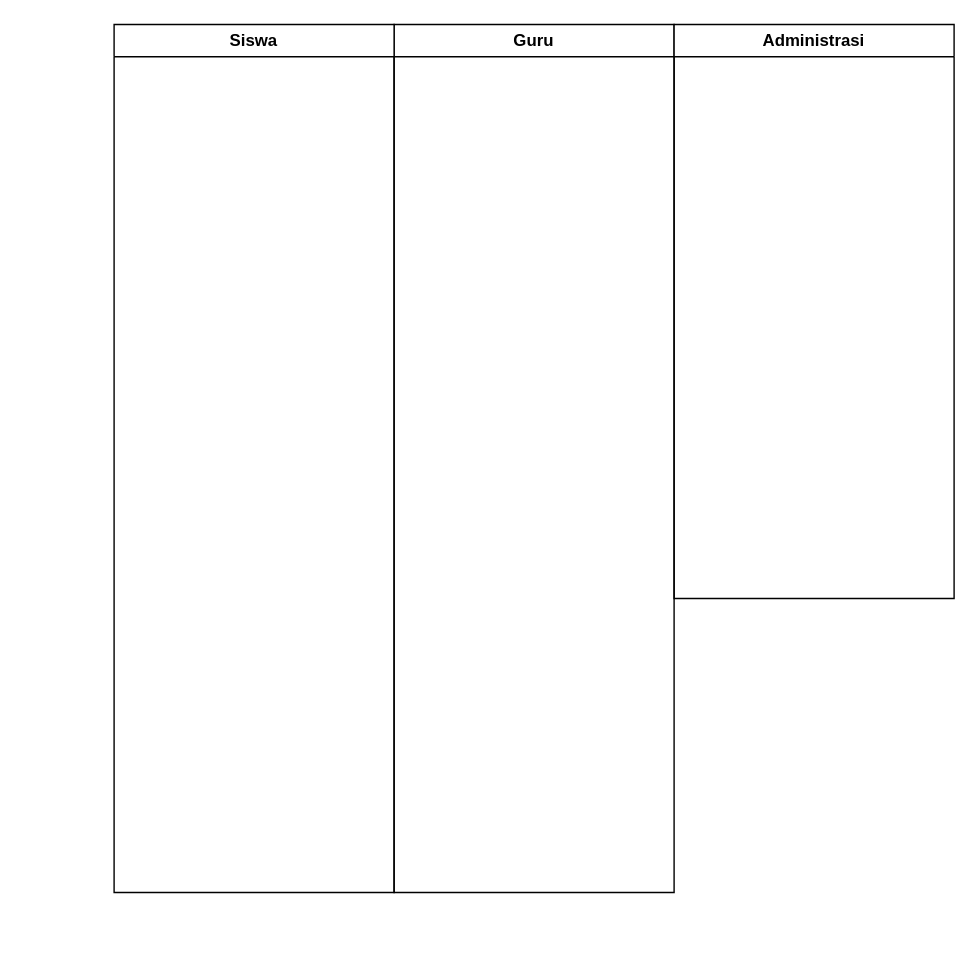
Earlier version of the draw.io diagram FlowmapBerjalanAbsensi.drawio (Sacrit38/CPP-Ponggame). Source tidied: cells renumbered, new cells numbered last; positions are measured from the earlier drawing's top-left corner, leaving out a move shared by most shapes. Both pictures are drawn from the tidied source at 140%, with x=0, y=0 at pixel (113, 24).
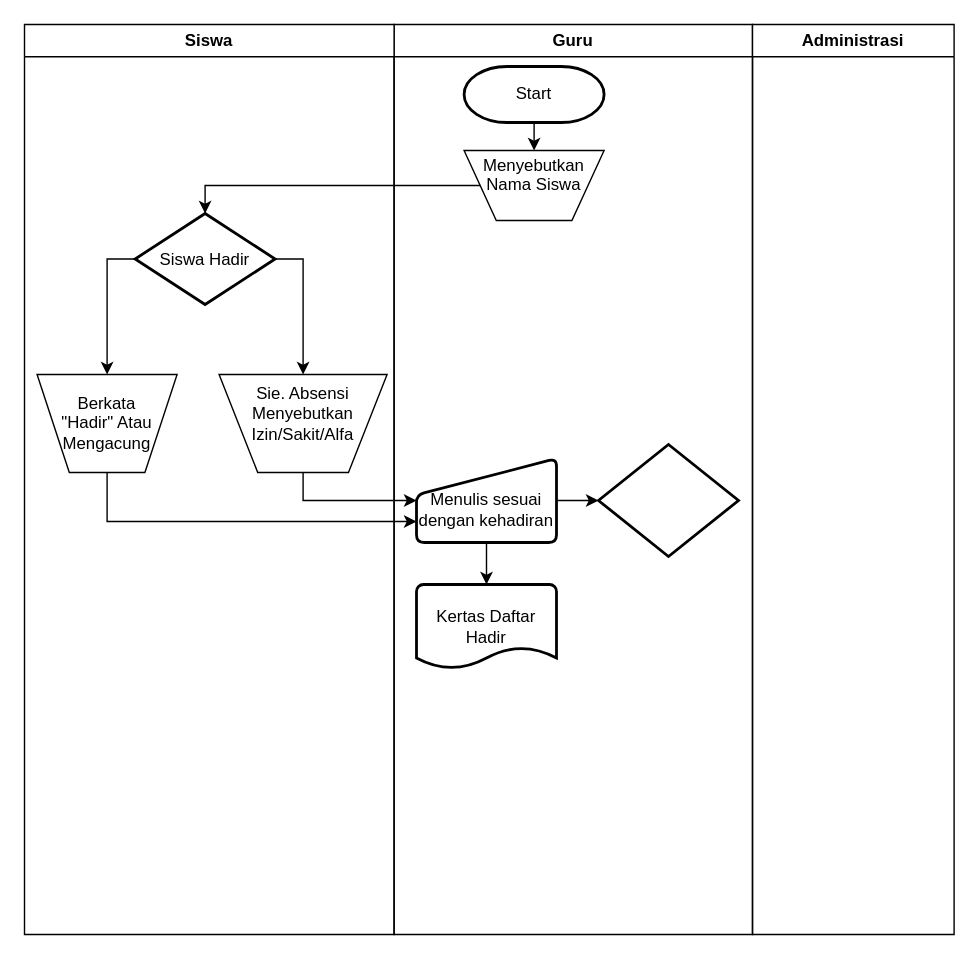
The same page after the edit.

Change to the diagram source:
```diff
@@
     <mxCell id="3" value="Guru" style="swimlane;whiteSpace=wrap;html=1;" parent="1" vertex="1">
-      <mxGeometry x="200" width="200" height="620" as="geometry" />
+      <mxGeometry x="200" width="256" height="650" as="geometry" />
     </mxCell>
+    <mxCell id="6" style="edgeStyle=orthogonalEdgeStyle;rounded=0;jettySize=auto;html=1;exitX=0.5;exitY=1;exitDx=0;exitDy=0;exitPerimeter=0;entryX=0.5;entryY=0;entryDx=0;entryDy=0;" parent="3" edge="1" source="7" target="8">
+      <mxGeometry relative="1" as="geometry" />
+    </mxCell>
+    <mxCell id="7" value="Start" style="strokeWidth=2;html=1;shape=mxgraph.flowchart.terminator;whiteSpace=wrap;" parent="3" vertex="1">
+      <mxGeometry x="50" y="30" width="100" height="40" as="geometry" />
+    </mxCell>
+    <mxCell id="8" value="Menyebutkan Nama Siswa&lt;div&gt;&lt;br/&gt;&lt;/div&gt;" style="verticalLabelPosition=middle;verticalAlign=middle;html=1;shape=trapezoid;perimeter=trapezoidPerimeter;whiteSpace=wrap;size=0.23;arcSize=10;flipV=1;labelPosition=center;align=center;" parent="3" vertex="1">
+      <mxGeometry x="50" y="90" width="100" height="50" as="geometry" />
+    </mxCell>
+    <mxCell id="9" value="&lt;br&gt;Menulis sesuai dengan kehadiran" style="html=1;strokeWidth=2;shape=manualInput;whiteSpace=wrap;rounded=1;size=26;arcSize=11;" parent="3" vertex="1">
+      <mxGeometry x="16" y="310" width="100" height="60" as="geometry" />
+    </mxCell>
+    <mxCell id="10" value="Kertas Daftar Hadir" style="strokeWidth=2;html=1;shape=mxgraph.flowchart.document2;whiteSpace=wrap;size=0.25;" parent="3" vertex="1">
+      <mxGeometry x="16" y="400" width="100" height="60" as="geometry" />
+    </mxCell>
+    <mxCell id="11" style="edgeStyle=orthogonalEdgeStyle;rounded=0;jettySize=auto;html=1;entryX=0.5;entryY=0;entryDx=0;entryDy=0;entryPerimeter=0;" parent="3" edge="1" source="9" target="10">
+      <mxGeometry relative="1" as="geometry" />
+    </mxCell>
+    <mxCell id="12" style="strokeWidth=2;html=1;shape=mxgraph.flowchart.decision;whiteSpace=wrap;" parent="3" vertex="1">
+      <mxGeometry x="146" y="300" width="100" height="80" as="geometry" />
+    </mxCell>
+    <mxCell id="13" style="edgeStyle=orthogonalEdgeStyle;rounded=0;jettySize=auto;html=1;exitX=1;exitY=0.5;exitDx=0;exitDy=0;entryX=0;entryY=0.5;entryDx=0;entryDy=0;entryPerimeter=0;" parent="3" edge="1" source="9" target="12">
+      <mxGeometry relative="1" as="geometry" />
+    </mxCell>
     <mxCell id="4" value="Administrasi" style="swimlane;whiteSpace=wrap;html=1;" parent="1" vertex="1">
-      <mxGeometry x="400" width="200" height="410" as="geometry" />
+      <mxGeometry x="456" width="144" height="650" as="geometry" />
     </mxCell>
     <mxCell id="5" value="Siswa" style="swimlane;whiteSpace=wrap;html=1;startSize=23;" parent="1" vertex="1">
-      <mxGeometry width="200" height="620" as="geometry" />
+      <mxGeometry x="-64" width="264" height="650" as="geometry" />
     </mxCell>
+    <mxCell id="14" value="Berkata &lt;br&gt;&quot;Hadir&quot; Atau Mengacung" style="verticalLabelPosition=middle;verticalAlign=middle;html=1;shape=trapezoid;perimeter=trapezoidPerimeter;whiteSpace=wrap;size=0.23;arcSize=10;flipV=1;labelPosition=center;align=center;" parent="5" vertex="1">
+      <mxGeometry x="9" y="250" width="100" height="70" as="geometry" />
+    </mxCell>
+    <mxCell id="15" style="edgeStyle=orthogonalEdgeStyle;rounded=0;jettySize=auto;html=1;exitX=0;exitY=0.5;exitDx=0;exitDy=0;exitPerimeter=0;entryX=0.5;entryY=0;entryDx=0;entryDy=0;" parent="5" edge="1" source="17" target="14">
+      <mxGeometry relative="1" as="geometry" />
+    </mxCell>
+    <mxCell id="16" style="edgeStyle=orthogonalEdgeStyle;rounded=0;jettySize=auto;html=1;exitX=1;exitY=0.5;exitDx=0;exitDy=0;exitPerimeter=0;entryX=0.5;entryY=0;entryDx=0;entryDy=0;" parent="5" edge="1" source="17" target="18">
+      <mxGeometry relative="1" as="geometry" />
+    </mxCell>
+    <mxCell id="17" value="Siswa Hadir" style="strokeWidth=2;html=1;shape=mxgraph.flowchart.decision;whiteSpace=wrap;" parent="5" vertex="1">
+      <mxGeometry x="79" y="135" width="100" height="65" as="geometry" />
+    </mxCell>
+    <mxCell id="18" value="Sie. Absensi Menyebutkan Izin/Sakit/Alfa&lt;div&gt;&lt;br/&gt;&lt;/div&gt;" style="verticalLabelPosition=middle;verticalAlign=middle;html=1;shape=trapezoid;perimeter=trapezoidPerimeter;whiteSpace=wrap;size=0.23;arcSize=10;flipV=1;labelPosition=center;align=center;" parent="5" vertex="1">
+      <mxGeometry x="139" y="250" width="120" height="70" as="geometry" />
+    </mxCell>
+    <mxCell id="19" style="edgeStyle=orthogonalEdgeStyle;rounded=0;jettySize=auto;html=1;exitX=0;exitY=0.5;exitDx=0;exitDy=0;entryX=0.5;entryY=0;entryDx=0;entryDy=0;entryPerimeter=0;" parent="1" edge="1" source="8" target="17">
+      <mxGeometry relative="1" as="geometry" />
+    </mxCell>
+    <mxCell id="20" style="edgeStyle=orthogonalEdgeStyle;rounded=0;jettySize=auto;html=1;exitX=0.5;exitY=1;exitDx=0;exitDy=0;entryX=0;entryY=0.75;entryDx=0;entryDy=0;" parent="1" edge="1" source="14" target="9">
+      <mxGeometry relative="1" as="geometry">
+        <Array as="points">
+          <mxPoint x="-5" y="355" />
+        </Array>
+      </mxGeometry>
+    </mxCell>
+    <mxCell id="21" style="edgeStyle=orthogonalEdgeStyle;rounded=0;jettySize=auto;html=1;exitX=0.5;exitY=1;exitDx=0;exitDy=0;entryX=0;entryY=0.5;entryDx=0;entryDy=0;" parent="1" edge="1" source="18" target="9">
+      <mxGeometry relative="1" as="geometry" />
+    </mxCell>
```
